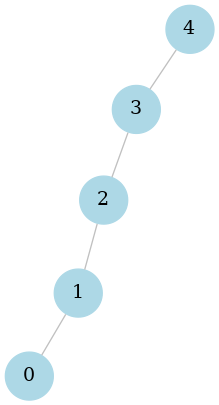
Earlier version of the Graphviz export figs/lattice2DGraph.png (fieldofnodes/MBQC). Its source is kept beside it as figs/lattice2DGraph.dot.
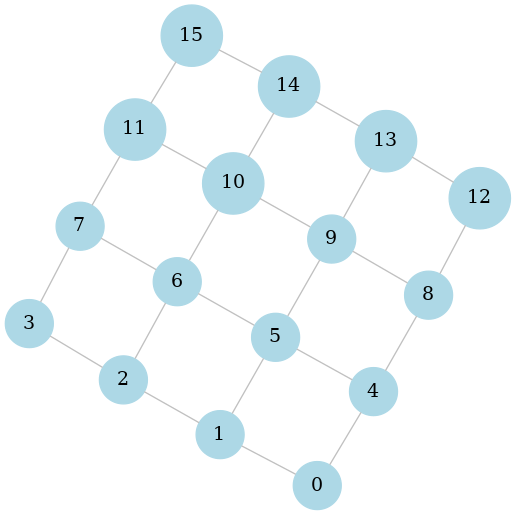
Above is the later version.

The edit, as a diff of the source:
```diff
@@ -4,8 +4,39 @@
 2;
 3;
 4;
+5;
+6;
+7;
+8;
+9;
+10;
+11;
+12;
+13;
+14;
+15;
 0--1 ;
+0--4 ;
 1--2 ;
+1--5 ;
 2--3 ;
-3--4 ;
+2--6 ;
+3--7 ;
+4--5 ;
+4--8 ;
+5--6 ;
+5--9 ;
+6--7 ;
+6--10 ;
+7--11 ;
+8--9 ;
+8--12 ;
+9--10 ;
+9--13 ;
+10--11 ;
+10--14 ;
+11--15 ;
+12--13 ;
+13--14 ;
+14--15 ;
 }
```
